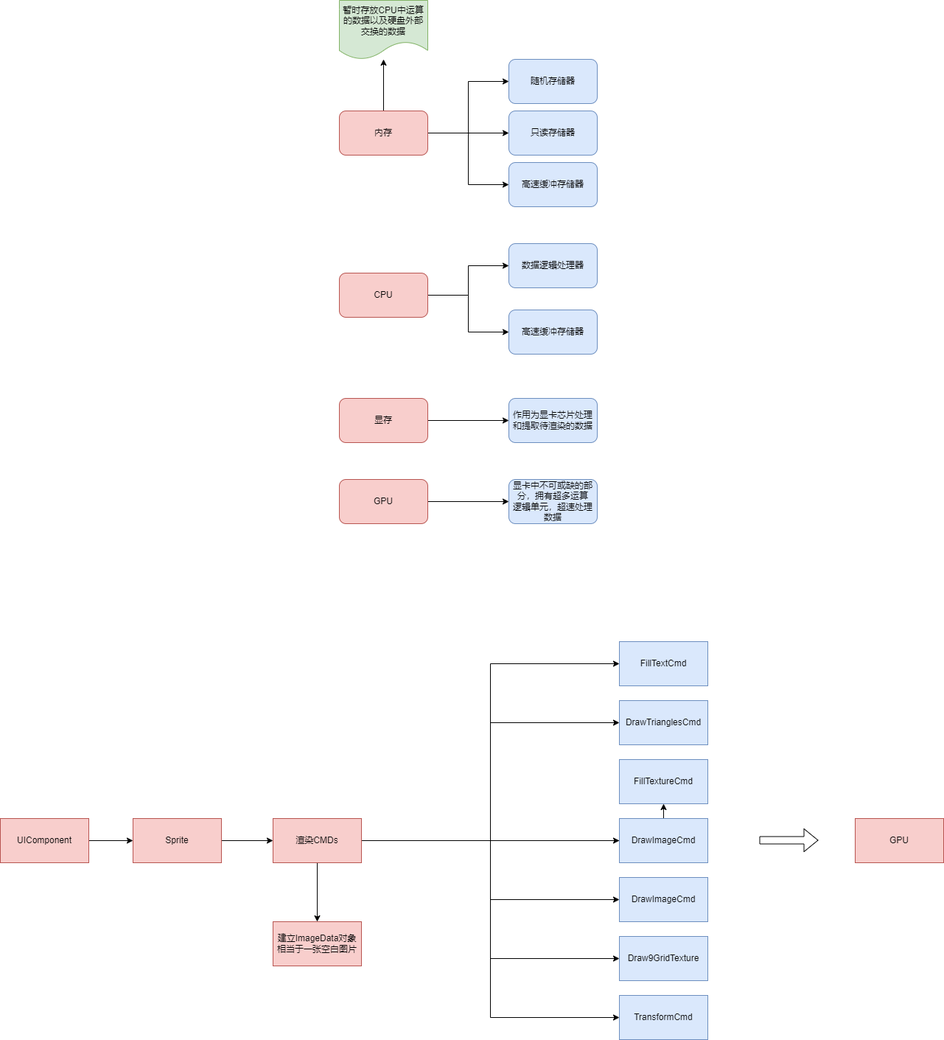
This is 未命名绘图.drawio.png from nikeoboy/mahjong, a draw.io export, as it was before one commit. Source tidied: cells renumbered, new cells last; positions are measured from the earlier drawing's top-left corner, leaving out a move shared by most shapes.
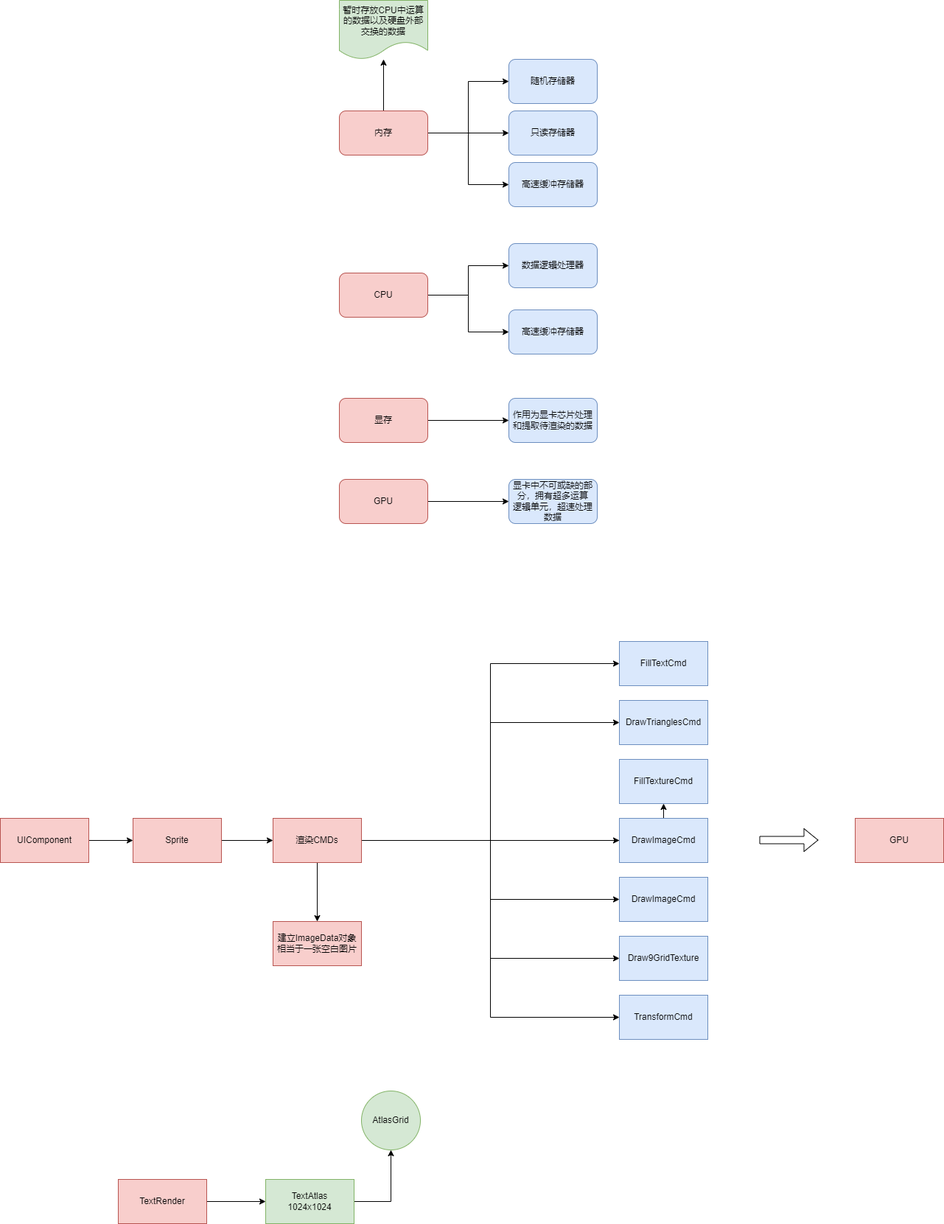
After the change.

Commit message:
更新未命名绘图.drawio.png

Change to the diagram source:
```diff
@@ -134,5 +134,20 @@
     <mxCell id="44" value="建立ImageData对象&lt;br&gt;相当于一张空白图片" style="whiteSpace=wrap;html=1;fillColor=#f8cecc;strokeColor=#b85450;rounded=0;" parent="1" vertex="1">
       <mxGeometry x="370" y="1250" width="120" height="60" as="geometry" />
     </mxCell>
+    <mxCell id="45" style="edgeStyle=orthogonalEdgeStyle;rounded=0;jettySize=auto;html=1;" parent="1" edge="1" source="46" target="48">
+      <mxGeometry relative="1" as="geometry" />
+    </mxCell>
+    <mxCell id="46" value="TextRender" style="whiteSpace=wrap;html=1;fillColor=#f8cecc;strokeColor=#b85450;rounded=0;" parent="1" vertex="1">
+      <mxGeometry x="160" y="1600" width="120" height="60" as="geometry" />
+    </mxCell>
+    <mxCell id="47" style="edgeStyle=orthogonalEdgeStyle;rounded=0;jettySize=auto;html=1;" parent="1" edge="1" source="48" target="49">
+      <mxGeometry relative="1" as="geometry" />
+    </mxCell>
+    <mxCell id="48" value="TextAtlas&lt;br&gt;1024x1024" style="whiteSpace=wrap;html=1;fillColor=#d5e8d4;strokeColor=#82b366;rounded=0;" parent="1" vertex="1">
+      <mxGeometry x="360" y="1600" width="120" height="60" as="geometry" />
+    </mxCell>
+    <mxCell id="49" value="AtlasGrid" style="ellipse;whiteSpace=wrap;html=1;fillColor=#d5e8d4;strokeColor=#82b366;rounded=0;" parent="1" vertex="1">
+      <mxGeometry x="490" y="1480" width="80" height="80" as="geometry" />
+    </mxCell>
   </root>
 </mxGraphModel>
```
